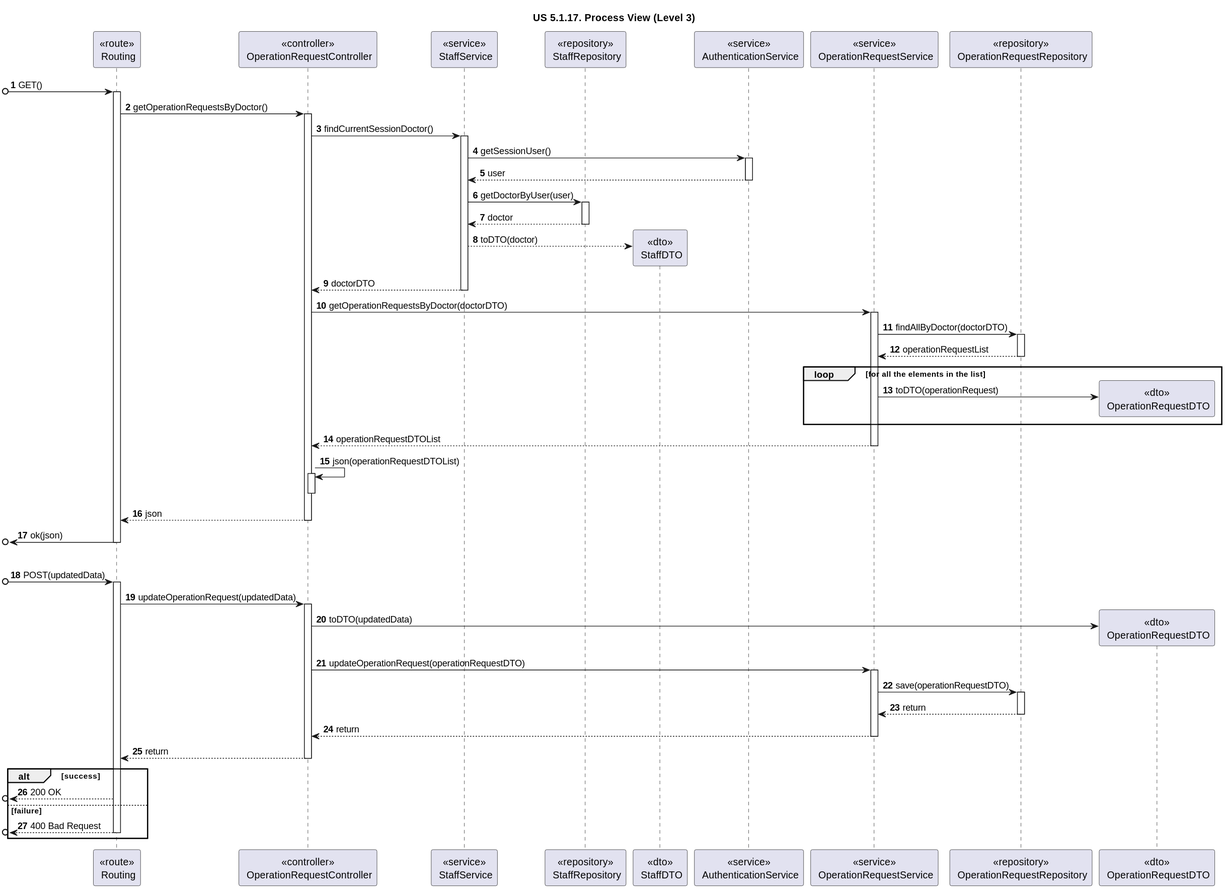
Before: docs/sprint-1/1220683/us-5.1.17/diagrams/Process_View/Level-3/us17-process-view-lvl3.svg, a diagram exported from PlantUML (rita-barbosa/LAPR5-2425).
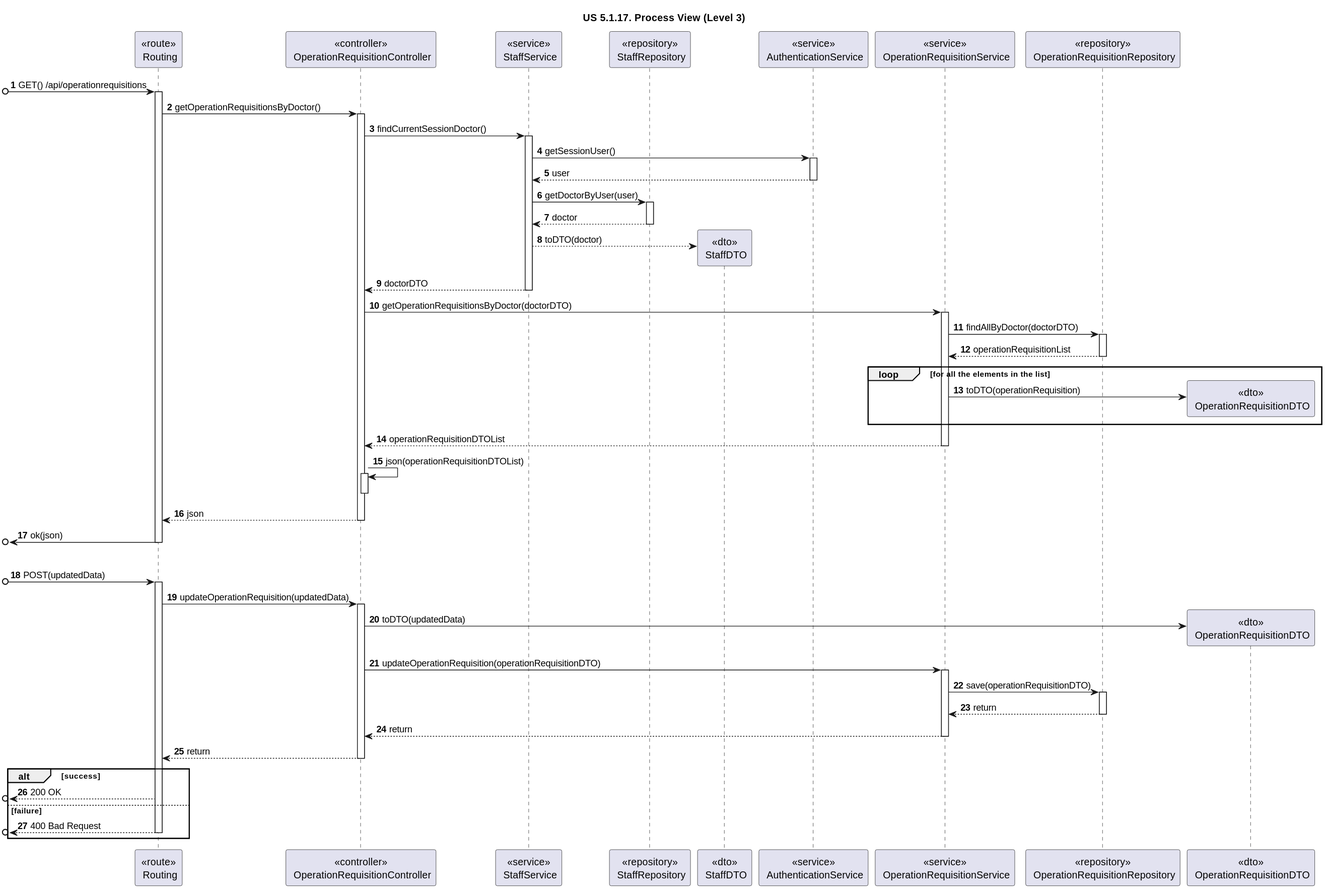
Later version of the same file.

What changed in the source:
```diff
@@ -5,7 +5,7 @@
 autonumber
 
 participant "<<route>>\n Routing" as ROUTE
-participant "<<controller>>\n OperationRequestController" as CONTROL
+participant "<<controller>>\n OperationRequisitionController" as CONTROL
 
 participant "<<service>>\n StaffService" as STAFFServ
 participant "<<repository>>\n StaffRepository" as STAFFRepo
@@ -13,15 +13,15 @@
 
 participant "<<service>>\n AuthenticationService" as AUTHServ
 
-participant "<<service>>\n OperationRequestService" as OPREQServ
-participant "<<repository>>\n OperationRequestRepository" as OPREQRepo
-participant "<<dto>>\n OperationRequestDTO" as OPREQDTO
+participant "<<service>>\n OperationRequisitionService" as OPREQServ
+participant "<<repository>>\n OperationRequisitionRepository" as OPREQRepo
+participant "<<dto>>\n OperationRequisitionDTO" as OPREQDTO
 
 
-[o-> ROUTE : GET()
+[o-> ROUTE : GET() /api/operationrequisitions
 activate ROUTE
 
-ROUTE -> CONTROL : getOperationRequestsByDoctor()
+ROUTE -> CONTROL : getOperationRequisitionsByDoctor()
 activate CONTROL
 
 CONTROL -> STAFFServ : findCurrentSessionDoctor()
@@ -44,24 +44,24 @@
 STAFFServ --> CONTROL : doctorDTO
 deactivate STAFFServ
 
-CONTROL -> OPREQServ : getOperationRequestsByDoctor(doctorDTO)
+CONTROL -> OPREQServ : getOperationRequisitionsByDoctor(doctorDTO)
 activate OPREQServ
 
 OPREQServ -> OPREQRepo : findAllByDoctor(doctorDTO)
 activate OPREQRepo
 
-OPREQRepo --> OPREQServ : operationRequestList
+OPREQRepo --> OPREQServ : operationRequisitionList
 deactivate OPREQRepo
 
 loop for all the elements in the list
-OPREQServ -> OPREQDTO ** : toDTO(operationRequest)
+OPREQServ -> OPREQDTO ** : toDTO(operationRequisition)
 
 end loop
 
-OPREQServ --> CONTROL : operationRequestDTOList
+OPREQServ --> CONTROL : operationRequisitionDTOList
 deactivate OPREQServ
 
-CONTROL -> CONTROL : json(operationRequestDTOList)
+CONTROL -> CONTROL : json(operationRequisitionDTOList)
 activate CONTROL
 deactivate CONTROL
 
@@ -76,15 +76,15 @@
 [o-> ROUTE : POST(updatedData)
 activate ROUTE
 
-ROUTE -> CONTROL : updateOperationRequest(updatedData)
+ROUTE -> CONTROL : updateOperationRequisition(updatedData)
 activate CONTROL
 
 CONTROL -> OPREQDTO ** : toDTO(updatedData)
 
-CONTROL -> OPREQServ : updateOperationRequest(operationRequestDTO)
+CONTROL -> OPREQServ : updateOperationRequisition(operationRequisitionDTO)
 activate OPREQServ
 
-OPREQServ -> OPREQRepo : save(operationRequestDTO)
+OPREQServ -> OPREQRepo : save(operationRequisitionDTO)
 activate OPREQRepo
 
 OPREQRepo --> OPREQServ : return
```
